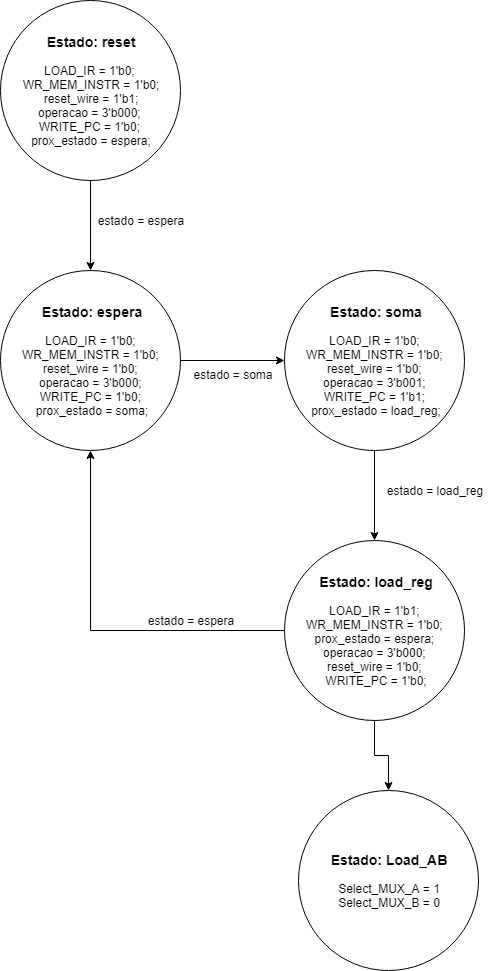
The draw.io diagram imageMaps/Maquina_de_estados.png in lucasgrisiq/procRISCV, before a commit. Source tidied: cells renumbered, new cells last; positions are measured from the earlier drawing's top-left corner, leaving out a move shared by most shapes.
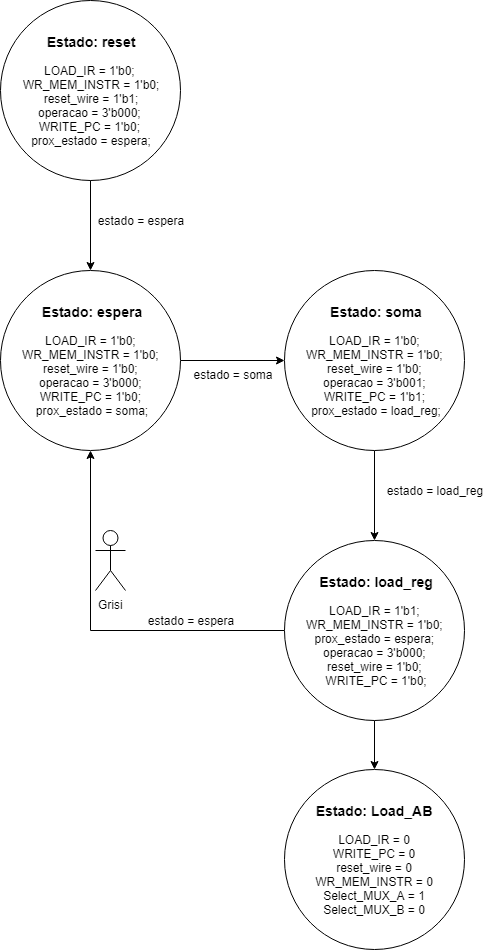
The same file after the commit.

Diff of the diagram source:
```diff
@@ -44,8 +44,11 @@
     <mxCell id="15" style="endArrow=classic;html=1;exitX=0.5;exitY=1;exitDx=0;exitDy=0;entryX=0.5;entryY=0;entryDx=0;entryDy=0;" parent="1" edge="1" source="2" target="4">
       <mxGeometry relative="1" as="geometry" />
     </mxCell>
-    <mxCell id="16" value="&lt;b&gt;&lt;font style=&quot;font-size: 14px&quot;&gt;Estado: Load_AB&lt;/font&gt;&lt;/b&gt;&lt;br&gt;&lt;br&gt;Select_MUX_A = 1&lt;br&gt;Select_MUX_B = 0" style="ellipse;whiteSpace=wrap;html=1;" parent="1" vertex="1">
-      <mxGeometry x="298" y="790" width="180" height="180" as="geometry" />
+    <mxCell id="16" value="&lt;b&gt;&lt;font style=&quot;font-size: 14px&quot;&gt;Estado: Load_AB&lt;/font&gt;&lt;/b&gt;&lt;br&gt;&lt;br&gt;LOAD_IR = 0&lt;br&gt;WRITE_PC = 0&lt;br&gt;reset_wire = 0&lt;br&gt;WR_MEM_INSTR = 0&lt;br&gt;Select_MUX_A = 1&lt;br&gt;Select_MUX_B = 0" style="ellipse;whiteSpace=wrap;html=1;" parent="1" vertex="1">
+      <mxGeometry x="284" y="769" width="180" height="180" as="geometry" />
     </mxCell>
+    <mxCell id="17" value="Grisi" style="shape=umlActor;verticalLabelPosition=bottom;labelBackgroundColor=#ffffff;verticalAlign=top;html=1;" parent="1" vertex="1">
+      <mxGeometry x="95" y="530" width="30" height="60" as="geometry" />
+    </mxCell>
   </root>
 </mxGraphModel>
```
